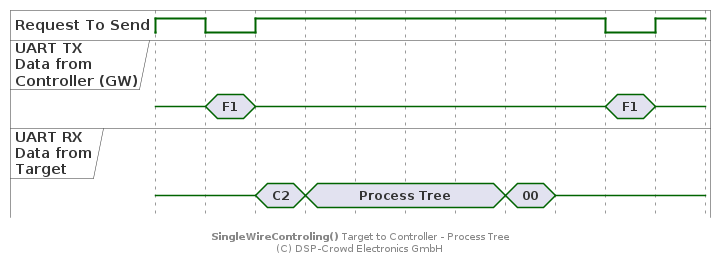
The PlantUML diagram doc/system/protocol/A3_swt-target-to-ctrl_proc.png in NoOrientationProgramming/code-orb, before a commit.
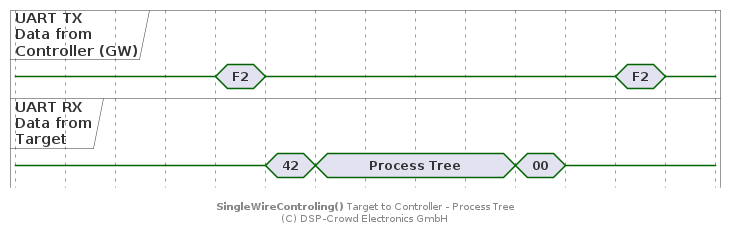
Above is the later version.

Change to the diagram source:
```diff
@@ -2,23 +2,23 @@
 
 hide time-axis
 
-binary "Request To Send" as rts
 concise "UART TX\nData from\nController (GW)" as ctrl
 concise "UART RX\nData from\nTarget" as tar
 
 @0
-rts is 1
+ctrl is {-}
+tar is {-}
+
+@+60
 ctrl is {-}
 tar is {-}
 
 @+20
-rts is 0
-ctrl is "F1"
+ctrl is "F2"
 
 @+20
-rts is 1
 ctrl is {-}
-tar is "C2"
+tar is "42"
 
 @+20
 tar is "Process Tree"
@@ -30,11 +30,9 @@
 tar is {-}
 
 @+20
-rts is 0
-ctrl is "F1"
+ctrl is "F2"
 
 @+20
-rts is 1
 ctrl is {-}
 
 footer **SingleWireControling()** Target to Controller - Process Tree\n(C) DSP-Crowd Electronics GmbH
```
